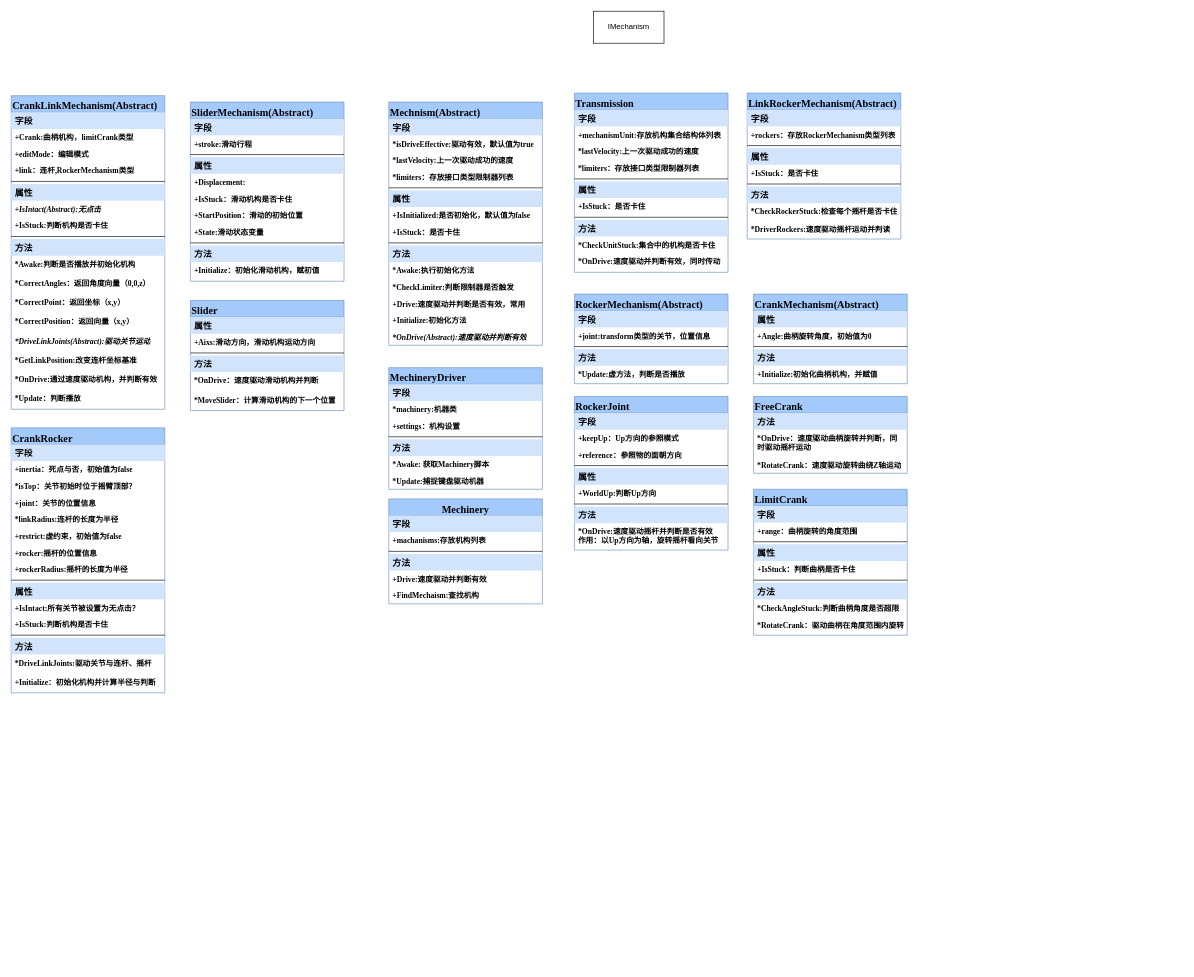
Earlier version of the draw.io diagram 装载机unity类图.drawio (plusfeng/plusfeng). Source tidied: cells renumbered, new cells numbered last; positions are measured from the earlier drawing's top-left corner, leaving out a move shared by most shapes. Both pictures are drawn from the tidied source at 64%, with x=0, y=0 at pixel (11, 11).
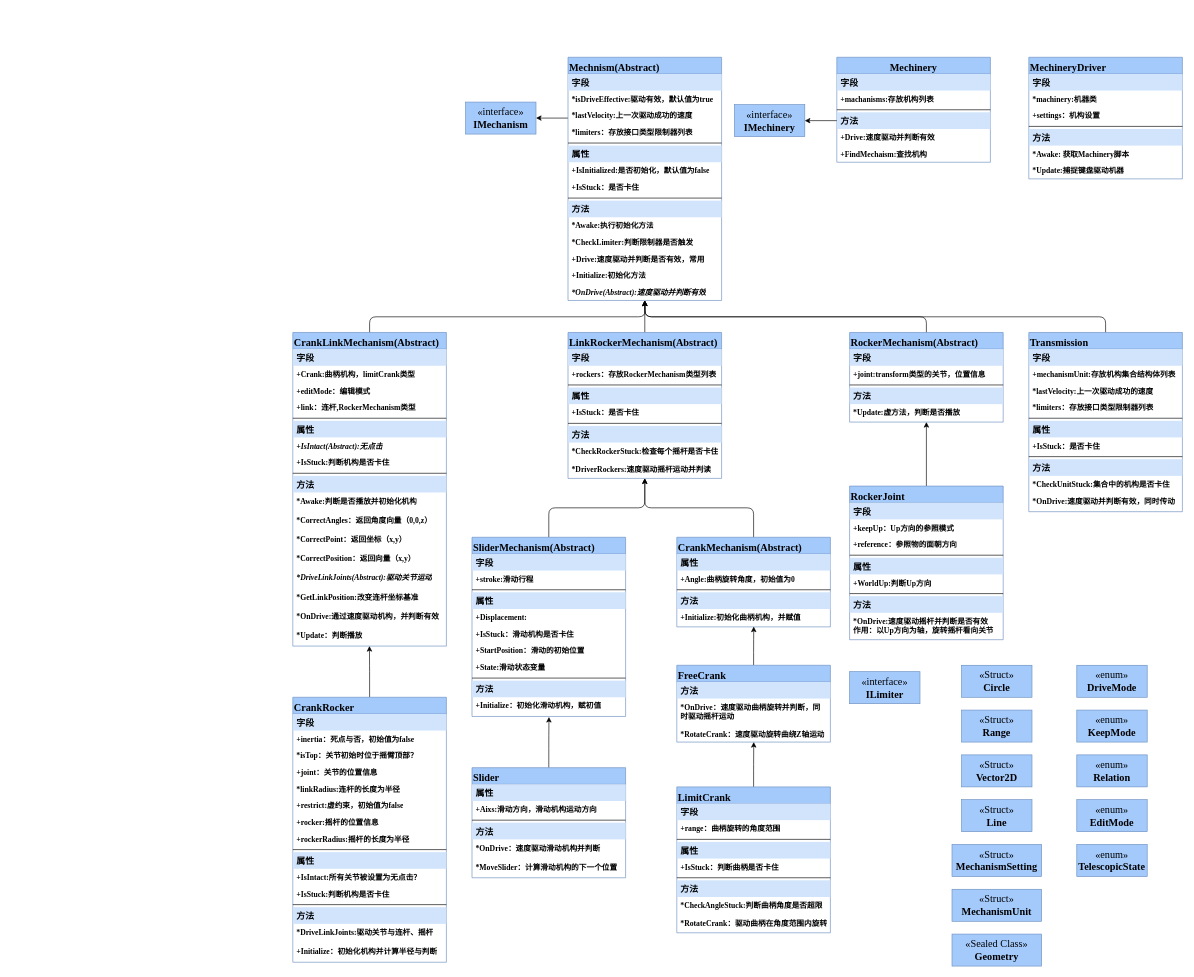
The same diagram, later.

Commit message (it also covers changes not shown here):
更新装载机unity类图.drawio

Unchanged cells that the change refers to:
```xml
<mxCell id="15" value="方法" style="text;strokeColor=none;fillColor=#D1E4FC;align=left;verticalAlign=top;spacingLeft=4;spacingRight=4;overflow=hidden;points=[[0,0.5],[1,0.5]];portConstraint=eastwest;whiteSpace=wrap;html=1;labelBackgroundColor=none;rounded=0;fontSize=14;fontFamily=Times New Roman;fontStyle=1;" parent="11" vertex="1">
  <mxGeometry y="86" width="240" height="26" as="geometry" />
</mxCell>
<mxCell id="77" value="+Initialize:初始化曲柄机构，并赋值" style="text;strokeColor=none;fillColor=none;align=left;verticalAlign=top;spacingLeft=4;spacingRight=4;overflow=hidden;points=[[0,0.5],[1,0.5]];portConstraint=eastwest;whiteSpace=wrap;html=1;labelBackgroundColor=none;rounded=0;fontSize=12;fontFamily=Times New Roman;fontStyle=1;" parent="72" vertex="1">
  <mxGeometry y="112" width="240" height="28" as="geometry" />
</mxCell>
<mxCell id="81" value="*RotateCrank：速度驱动旋转曲绕Z轴运动" style="text;strokeColor=none;fillColor=none;align=left;verticalAlign=top;spacingLeft=4;spacingRight=4;overflow=hidden;points=[[0,0.5],[1,0.5]];portConstraint=eastwest;whiteSpace=wrap;html=1;labelBackgroundColor=none;rounded=0;fontSize=12;fontFamily=Times New Roman;fontStyle=1;" parent="78" vertex="1">
  <mxGeometry y="94" width="240" height="26" as="geometry" />
</mxCell>
<mxCell id="103" value="+Initialize：初始化滑动机构，赋初值" style="text;strokeColor=none;fillColor=none;align=left;verticalAlign=top;spacingLeft=4;spacingRight=4;overflow=hidden;points=[[0,0.5],[1,0.5]];portConstraint=eastwest;whiteSpace=wrap;html=1;labelBackgroundColor=none;rounded=0;fontSize=12;fontFamily=Times New Roman;fontStyle=1;" parent="92" vertex="1">
  <mxGeometry y="250" width="240" height="30" as="geometry" />
</mxCell>
<mxCell id="129" value="*Update：判断播放" style="text;strokeColor=none;fillColor=none;align=left;verticalAlign=top;spacingLeft=4;spacingRight=4;overflow=hidden;points=[[0,0.5],[1,0.5]];portConstraint=eastwest;whiteSpace=wrap;html=1;labelBackgroundColor=none;rounded=0;fontSize=12;fontFamily=Times New Roman;fontStyle=1;" parent="111" vertex="1">
  <mxGeometry y="460" width="240" height="30" as="geometry" />
</mxCell>
```

The edit, as a diff of the source:
```diff
@@
-    <mxCell id="2" value="IMechanism" style="html=1;whiteSpace=wrap;labelBackgroundColor=none;rounded=0;" parent="1" vertex="1">
-      <mxGeometry x="910" width="110" height="50" as="geometry" />
-    </mxCell>
     <mxCell id="3" value="&lt;div style=&quot;font-size: 16px;&quot;&gt;MechineryDriver&lt;/div&gt;" style="swimlane;fontStyle=1;align=left;verticalAlign=top;horizontal=1;startSize=26;whiteSpace=wrap;html=1;labelBackgroundColor=none;rounded=0;fontSize=16;fontFamily=Times New Roman;labelBorderColor=none;glass=0;fillColor=#A4CAFC;strokeColor=#6c8ebf;" parent="1" vertex="1">
-      <mxGeometry x="590" y="557" width="240" height="190" as="geometry" />
+      <mxGeometry x="1590" y="72" width="240" height="190" as="geometry" />
     </mxCell>
@@
     <mxCell id="11" value="&lt;div style=&quot;font-size: 16px;&quot;&gt;Mechinery&lt;/div&gt;" style="swimlane;fontStyle=1;align=center;verticalAlign=top;horizontal=1;startSize=26;whiteSpace=wrap;html=1;labelBackgroundColor=none;rounded=0;fontSize=16;fontFamily=Times New Roman;labelBorderColor=none;glass=0;fillColor=#A4CAFC;strokeColor=#6c8ebf;" parent="1" vertex="1">
-      <mxGeometry x="590" y="762" width="240" height="164" as="geometry" />
+      <mxGeometry x="1290" y="72" width="240" height="164" as="geometry" />
     </mxCell>
@@
+    <mxCell id="147" style="edgeStyle=orthogonalEdgeStyle;jettySize=auto;html=1;exitX=0;exitY=0.25;exitDx=0;exitDy=0;entryX=1;entryY=0.5;entryDx=0;entryDy=0;fontFamily=Times New Roman;fontSize=16;fontColor=default;startSize=26;" parent="1" edge="1" source="18" target="159">
+      <mxGeometry relative="1" as="geometry" />
+    </mxCell>
     <mxCell id="18" value="Mechnism(Abstract)" style="swimlane;fontStyle=1;align=left;verticalAlign=top;horizontal=1;startSize=26;whiteSpace=wrap;html=1;labelBackgroundColor=none;rounded=0;fontSize=16;fontFamily=Times New Roman;labelBorderColor=none;glass=0;fillColor=#A4CAFC;strokeColor=#6c8ebf;" parent="1" vertex="1">
-      <mxGeometry x="590" y="142" width="240" height="380" as="geometry" />
+      <mxGeometry x="870" y="72" width="240" height="380" as="geometry" />
     </mxCell>
@@
+    <mxCell id="148" style="edgeStyle=orthogonalEdgeStyle;jettySize=auto;html=1;exitX=0.5;exitY=0;exitDx=0;exitDy=0;fontFamily=Times New Roman;fontSize=16;fontColor=default;startSize=26;" parent="1" edge="1" source="34">
+      <mxGeometry relative="1" as="geometry">
+        <mxPoint x="990" y="452" as="targetPoint" />
+      </mxGeometry>
+    </mxCell>
     <mxCell id="34" value="Transmission" style="swimlane;fontStyle=1;align=left;verticalAlign=top;horizontal=1;startSize=26;whiteSpace=wrap;html=1;labelBackgroundColor=none;rounded=0;fontSize=16;fontFamily=Times New Roman;labelBorderColor=none;glass=0;fillColor=#A4CAFC;strokeColor=#6c8ebf;" parent="1" vertex="1">
-      <mxGeometry x="880" y="128" width="240" height="280" as="geometry" />
+      <mxGeometry x="1590" y="502" width="240" height="280" as="geometry" />
     </mxCell>
@@
+    <mxCell id="149" style="edgeStyle=orthogonalEdgeStyle;jettySize=auto;html=1;exitX=0.5;exitY=0;exitDx=0;exitDy=0;fontFamily=Times New Roman;fontSize=16;fontColor=default;startSize=26;" parent="1" edge="1" source="46">
+      <mxGeometry relative="1" as="geometry">
+        <mxPoint x="990" y="452" as="targetPoint" />
+      </mxGeometry>
+    </mxCell>
     <mxCell id="46" value="RockerMechanism(Abstract)" style="swimlane;fontStyle=1;align=left;verticalAlign=top;horizontal=1;startSize=26;whiteSpace=wrap;html=1;labelBackgroundColor=none;rounded=0;fontSize=16;fontFamily=Times New Roman;labelBorderColor=none;glass=0;fillColor=#A4CAFC;strokeColor=#6c8ebf;" parent="1" vertex="1">
-      <mxGeometry x="880" y="442" width="240" height="140" as="geometry" />
+      <mxGeometry x="1310" y="502" width="240" height="140" as="geometry" />
     </mxCell>
@@
+    <mxCell id="150" style="edgeStyle=orthogonalEdgeStyle;jettySize=auto;html=1;exitX=0.5;exitY=0;exitDx=0;exitDy=0;fontFamily=Times New Roman;fontSize=16;fontColor=default;startSize=26;" parent="1" edge="1" source="52" target="46">
+      <mxGeometry relative="1" as="geometry" />
+    </mxCell>
     <mxCell id="52" value="RockerJoint" style="swimlane;fontStyle=1;align=left;verticalAlign=top;horizontal=1;startSize=26;whiteSpace=wrap;html=1;labelBackgroundColor=none;rounded=0;fontSize=16;fontFamily=Times New Roman;labelBorderColor=none;glass=0;fillColor=#A4CAFC;strokeColor=#6c8ebf;" parent="1" vertex="1">
-      <mxGeometry x="880" y="602" width="240" height="240" as="geometry" />
+      <mxGeometry x="1310" y="742" width="240" height="240" as="geometry" />
     </mxCell>
@@
+    <mxCell id="151" style="edgeStyle=orthogonalEdgeStyle;jettySize=auto;html=1;exitX=0.5;exitY=0;exitDx=0;exitDy=0;fontFamily=Times New Roman;fontSize=16;fontColor=default;startSize=26;" parent="1" edge="1" source="62">
+      <mxGeometry relative="1" as="geometry">
+        <mxPoint x="989.8" y="452" as="targetPoint" />
+      </mxGeometry>
+    </mxCell>
     <mxCell id="62" value="LinkRockerMechanism(Abstract)" style="swimlane;fontStyle=1;align=left;verticalAlign=top;horizontal=1;startSize=26;whiteSpace=wrap;html=1;labelBackgroundColor=none;rounded=0;fontSize=16;fontFamily=Times New Roman;labelBorderColor=none;glass=0;fillColor=#A4CAFC;strokeColor=#6c8ebf;" parent="1" vertex="1">
-      <mxGeometry x="1150" y="128" width="240" height="228" as="geometry" />
+      <mxGeometry x="870" y="502" width="240" height="228" as="geometry" />
     </mxCell>
@@
+    <mxCell id="152" style="edgeStyle=orthogonalEdgeStyle;jettySize=auto;html=1;fontFamily=Times New Roman;fontSize=16;fontColor=default;startSize=26;" parent="1" edge="1" source="72" target="62">
+      <mxGeometry relative="1" as="geometry" />
+    </mxCell>
     <mxCell id="72" value="CrankMechanism(Abstract)" style="swimlane;fontStyle=1;align=left;verticalAlign=top;horizontal=1;startSize=26;whiteSpace=wrap;html=1;labelBackgroundColor=none;rounded=0;fontSize=16;fontFamily=Times New Roman;labelBorderColor=none;glass=0;fillColor=#A4CAFC;strokeColor=#6c8ebf;" parent="1" vertex="1">
-      <mxGeometry x="1160" y="442" width="240" height="140" as="geometry" />
+      <mxGeometry x="1040" y="822" width="240" height="140" as="geometry" />
     </mxCell>
@@
+    <mxCell id="153" style="edgeStyle=orthogonalEdgeStyle;jettySize=auto;html=1;exitX=0.5;exitY=0;exitDx=0;exitDy=0;entryX=0.501;entryY=0.985;entryDx=0;entryDy=0;entryPerimeter=0;fontFamily=Times New Roman;fontSize=16;fontColor=default;startSize=26;" parent="1" edge="1" source="78" target="77">
+      <mxGeometry relative="1" as="geometry" />
+    </mxCell>
     <mxCell id="78" value="FreeCrank" style="swimlane;fontStyle=1;align=left;verticalAlign=top;horizontal=1;startSize=26;whiteSpace=wrap;html=1;labelBackgroundColor=none;rounded=0;fontSize=16;fontFamily=Times New Roman;labelBorderColor=none;glass=0;fillColor=#A4CAFC;strokeColor=#6c8ebf;" parent="1" vertex="1">
-      <mxGeometry x="1160" y="602" width="240" height="120" as="geometry" />
+      <mxGeometry x="1040" y="1022" width="240" height="120" as="geometry" />
     </mxCell>
@@
+    <mxCell id="154" style="edgeStyle=orthogonalEdgeStyle;jettySize=auto;html=1;exitX=0.5;exitY=0;exitDx=0;exitDy=0;entryX=0.501;entryY=1;entryDx=0;entryDy=0;entryPerimeter=0;fontFamily=Times New Roman;fontSize=16;fontColor=default;startSize=26;" parent="1" edge="1" source="82" target="81">
+      <mxGeometry relative="1" as="geometry" />
+    </mxCell>
     <mxCell id="82" value="LimitCrank" style="swimlane;fontStyle=1;align=left;verticalAlign=top;horizontal=1;startSize=26;whiteSpace=wrap;html=1;labelBackgroundColor=none;rounded=0;fontSize=16;fontFamily=Times New Roman;labelBorderColor=none;glass=0;fillColor=#A4CAFC;strokeColor=#6c8ebf;" parent="1" vertex="1">
-      <mxGeometry x="1160" y="747" width="240" height="228" as="geometry" />
+      <mxGeometry x="1040" y="1212" width="240" height="228" as="geometry" />
     </mxCell>
@@
+    <mxCell id="155" style="edgeStyle=orthogonalEdgeStyle;jettySize=auto;html=1;exitX=0.5;exitY=0;exitDx=0;exitDy=0;fontFamily=Times New Roman;fontSize=16;fontColor=default;startSize=26;" parent="1" edge="1" source="92" target="62">
+      <mxGeometry relative="1" as="geometry" />
+    </mxCell>
     <mxCell id="92" value="SliderMechanism(Abstract)" style="swimlane;fontStyle=1;align=left;verticalAlign=top;horizontal=1;startSize=26;whiteSpace=wrap;html=1;labelBackgroundColor=none;rounded=0;fontSize=16;fontFamily=Times New Roman;labelBorderColor=none;glass=0;fillColor=#A4CAFC;strokeColor=#6c8ebf;" parent="1" vertex="1">
-      <mxGeometry x="280" y="142" width="240" height="280" as="geometry" />
+      <mxGeometry x="720" y="822" width="240" height="280" as="geometry" />
     </mxCell>
@@
+    <mxCell id="156" style="edgeStyle=orthogonalEdgeStyle;jettySize=auto;html=1;exitX=0.5;exitY=0;exitDx=0;exitDy=0;entryX=0.501;entryY=1.025;entryDx=0;entryDy=0;entryPerimeter=0;fontFamily=Times New Roman;fontSize=16;fontColor=default;startSize=26;" parent="1" edge="1" source="104" target="103">
+      <mxGeometry relative="1" as="geometry" />
+    </mxCell>
     <mxCell id="104" value="Slider" style="swimlane;fontStyle=1;align=left;verticalAlign=top;horizontal=1;startSize=26;whiteSpace=wrap;html=1;labelBackgroundColor=none;rounded=0;fontSize=16;fontFamily=Times New Roman;labelBorderColor=none;glass=0;fillColor=#A4CAFC;strokeColor=#6c8ebf;" parent="1" vertex="1">
-      <mxGeometry x="280" y="452" width="240" height="172" as="geometry" />
+      <mxGeometry x="720" y="1182" width="240" height="172" as="geometry" />
     </mxCell>
@@
+    <mxCell id="157" style="edgeStyle=orthogonalEdgeStyle;jettySize=auto;html=1;exitX=0.5;exitY=0;exitDx=0;exitDy=0;fontFamily=Times New Roman;fontSize=16;fontColor=default;startSize=26;" parent="1" edge="1" source="111">
+      <mxGeometry relative="1" as="geometry">
+        <mxPoint x="990" y="452" as="targetPoint" />
+      </mxGeometry>
+    </mxCell>
     <mxCell id="111" value="CrankLinkMechanism(Abstract)" style="swimlane;fontStyle=1;align=left;verticalAlign=top;horizontal=1;startSize=26;whiteSpace=wrap;html=1;labelBackgroundColor=none;rounded=0;fontSize=16;fontFamily=Times New Roman;labelBorderColor=none;glass=0;fillColor=#A4CAFC;strokeColor=#6c8ebf;" parent="1" vertex="1">
-      <mxGeometry y="132" width="240" height="490" as="geometry" />
+      <mxGeometry x="440" y="502" width="240" height="490" as="geometry" />
     </mxCell>
@@
+    <mxCell id="158" style="edgeStyle=orthogonalEdgeStyle;jettySize=auto;html=1;exitX=0.5;exitY=0;exitDx=0;exitDy=0;entryX=0.499;entryY=1;entryDx=0;entryDy=0;entryPerimeter=0;fontFamily=Times New Roman;fontSize=16;fontColor=default;startSize=26;" parent="1" edge="1" source="130" target="129">
+      <mxGeometry relative="1" as="geometry" />
+    </mxCell>
     <mxCell id="130" value="CrankRocker" style="swimlane;fontStyle=1;align=left;verticalAlign=top;horizontal=1;startSize=26;whiteSpace=wrap;html=1;labelBackgroundColor=none;rounded=0;fontSize=16;fontFamily=Times New Roman;labelBorderColor=none;glass=0;fillColor=#A4CAFC;strokeColor=#6c8ebf;" parent="1" vertex="1">
-      <mxGeometry y="651" width="240" height="414" as="geometry" />
+      <mxGeometry x="440" y="1072" width="240" height="414" as="geometry" />
     </mxCell>
@@
+    <mxCell id="159" value="«interface»&lt;br&gt;&lt;b&gt;IMechanism&lt;/b&gt;" style="html=1;whiteSpace=wrap;rounded=0;glass=0;labelBackgroundColor=none;labelBorderColor=none;strokeColor=#6c8ebf;fontFamily=Times New Roman;fontSize=16;fontColor=default;startSize=26;fillColor=#A4CAFC;" parent="1" vertex="1">
+      <mxGeometry x="710" y="142" width="110" height="50" as="geometry" />
+    </mxCell>
+    <mxCell id="160" value="«interface»&lt;br&gt;&lt;b&gt;IMechinery&lt;/b&gt;" style="html=1;whiteSpace=wrap;rounded=0;glass=0;labelBackgroundColor=none;labelBorderColor=none;strokeColor=#6c8ebf;fontFamily=Times New Roman;fontSize=16;fontColor=default;startSize=26;fillColor=#A4CAFC;" parent="1" vertex="1">
+      <mxGeometry x="1130" y="146" width="110" height="50" as="geometry" />
+    </mxCell>
+    <mxCell id="161" style="edgeStyle=orthogonalEdgeStyle;jettySize=auto;html=1;entryX=1;entryY=0.5;entryDx=0;entryDy=0;fontFamily=Times New Roman;fontSize=16;fontColor=default;startSize=26;" parent="1" edge="1" source="15" target="160">
+      <mxGeometry relative="1" as="geometry" />
+    </mxCell>
+    <mxCell id="162" value="«Struct»&lt;br&gt;&lt;b&gt;Circle&lt;/b&gt;" style="html=1;whiteSpace=wrap;rounded=0;glass=0;labelBackgroundColor=none;labelBorderColor=none;strokeColor=#6c8ebf;fontFamily=Times New Roman;fontSize=16;fontColor=default;startSize=26;fillColor=#A4CAFC;" parent="1" vertex="1">
+      <mxGeometry x="1485" y="1022" width="110" height="50" as="geometry" />
+    </mxCell>
+    <mxCell id="163" value="«enum»&lt;br&gt;&lt;b&gt;DriveMode&lt;/b&gt;" style="html=1;whiteSpace=wrap;rounded=0;glass=0;labelBackgroundColor=none;labelBorderColor=none;strokeColor=#6c8ebf;fontFamily=Times New Roman;fontSize=16;fontColor=default;startSize=26;fillColor=#A4CAFC;" parent="1" vertex="1">
+      <mxGeometry x="1665" y="1022" width="110" height="50" as="geometry" />
+    </mxCell>
+    <mxCell id="164" value="&lt;div&gt;«interface»&lt;b&gt;&lt;br&gt;&lt;/b&gt;&lt;/div&gt;&lt;div&gt;&lt;b&gt;ILimiter&lt;/b&gt;&lt;/div&gt;" style="html=1;whiteSpace=wrap;rounded=0;glass=0;labelBackgroundColor=none;labelBorderColor=none;strokeColor=#6c8ebf;fontFamily=Times New Roman;fontSize=16;fontColor=default;startSize=26;fillColor=#A4CAFC;" parent="1" vertex="1">
+      <mxGeometry x="1310" y="1032" width="110" height="50" as="geometry" />
+    </mxCell>
+    <mxCell id="165" value="«Struct»&lt;br&gt;&lt;b&gt;Range&lt;/b&gt;" style="html=1;whiteSpace=wrap;rounded=0;glass=0;labelBackgroundColor=none;labelBorderColor=none;strokeColor=#6c8ebf;fontFamily=Times New Roman;fontSize=16;fontColor=default;startSize=26;fillColor=#A4CAFC;" parent="1" vertex="1">
+      <mxGeometry x="1485" y="1092" width="110" height="50" as="geometry" />
+    </mxCell>
+    <mxCell id="166" value="«Struct»&lt;br&gt;&lt;b&gt;Vector2D&lt;/b&gt;" style="html=1;whiteSpace=wrap;rounded=0;glass=0;labelBackgroundColor=none;labelBorderColor=none;strokeColor=#6c8ebf;fontFamily=Times New Roman;fontSize=16;fontColor=default;startSize=26;fillColor=#A4CAFC;" parent="1" vertex="1">
+      <mxGeometry x="1485" y="1162" width="110" height="50" as="geometry" />
+    </mxCell>
+    <mxCell id="167" value="«Struct»&lt;br&gt;&lt;b&gt;Line&lt;/b&gt;" style="html=1;whiteSpace=wrap;rounded=0;glass=0;labelBackgroundColor=none;labelBorderColor=none;strokeColor=#6c8ebf;fontFamily=Times New Roman;fontSize=16;fontColor=default;startSize=26;fillColor=#A4CAFC;" parent="1" vertex="1">
+      <mxGeometry x="1485" y="1232" width="110" height="50" as="geometry" />
+    </mxCell>
+    <mxCell id="168" value="«Struct»&lt;br&gt;&lt;b&gt;MechanismSetting&lt;/b&gt;" style="html=1;whiteSpace=wrap;rounded=0;glass=0;labelBackgroundColor=none;labelBorderColor=none;strokeColor=#6c8ebf;fontFamily=Times New Roman;fontSize=16;fontColor=default;startSize=26;fillColor=#A4CAFC;" parent="1" vertex="1">
+      <mxGeometry x="1470" y="1302" width="140" height="50" as="geometry" />
+    </mxCell>
+    <mxCell id="169" value="«Struct»&lt;br&gt;&lt;b&gt;MechanismUnit&lt;/b&gt;" style="html=1;whiteSpace=wrap;rounded=0;glass=0;labelBackgroundColor=none;labelBorderColor=none;strokeColor=#6c8ebf;fontFamily=Times New Roman;fontSize=16;fontColor=default;startSize=26;fillColor=#A4CAFC;" parent="1" vertex="1">
+      <mxGeometry x="1470" y="1372" width="140" height="50" as="geometry" />
+    </mxCell>
+    <mxCell id="170" value="«Sealed Class»&lt;br&gt;&lt;b&gt;Geometry&lt;/b&gt;" style="html=1;whiteSpace=wrap;rounded=0;glass=0;labelBackgroundColor=none;labelBorderColor=none;strokeColor=#6c8ebf;fontFamily=Times New Roman;fontSize=16;fontColor=default;startSize=26;fillColor=#A4CAFC;" parent="1" vertex="1">
+      <mxGeometry x="1470" y="1442" width="140" height="50" as="geometry" />
+    </mxCell>
+    <mxCell id="171" value="«enum»&lt;br&gt;&lt;b&gt;KeepMode&lt;/b&gt;" style="html=1;whiteSpace=wrap;rounded=0;glass=0;labelBackgroundColor=none;labelBorderColor=none;strokeColor=#6c8ebf;fontFamily=Times New Roman;fontSize=16;fontColor=default;startSize=26;fillColor=#A4CAFC;" parent="1" vertex="1">
+      <mxGeometry x="1665" y="1092" width="110" height="50" as="geometry" />
+    </mxCell>
+    <mxCell id="172" value="«enum»&lt;br&gt;&lt;b&gt;Relation&lt;/b&gt;" style="html=1;whiteSpace=wrap;rounded=0;glass=0;labelBackgroundColor=none;labelBorderColor=none;strokeColor=#6c8ebf;fontFamily=Times New Roman;fontSize=16;fontColor=default;startSize=26;fillColor=#A4CAFC;" parent="1" vertex="1">
+      <mxGeometry x="1665" y="1162" width="110" height="50" as="geometry" />
+    </mxCell>
+    <mxCell id="173" value="«enum»&lt;br&gt;&lt;b&gt;EditMode&lt;/b&gt;" style="html=1;whiteSpace=wrap;rounded=0;glass=0;labelBackgroundColor=none;labelBorderColor=none;strokeColor=#6c8ebf;fontFamily=Times New Roman;fontSize=16;fontColor=default;startSize=26;fillColor=#A4CAFC;" parent="1" vertex="1">
+      <mxGeometry x="1665" y="1232" width="110" height="50" as="geometry" />
+    </mxCell>
+    <mxCell id="174" value="«enum»&lt;br&gt;&lt;b&gt;TelescopicState&lt;/b&gt;" style="html=1;whiteSpace=wrap;rounded=0;glass=0;labelBackgroundColor=none;labelBorderColor=none;strokeColor=#6c8ebf;fontFamily=Times New Roman;fontSize=16;fontColor=default;startSize=26;fillColor=#A4CAFC;" parent="1" vertex="1">
+      <mxGeometry x="1665" y="1302" width="110" height="50" as="geometry" />
+    </mxCell>
```
